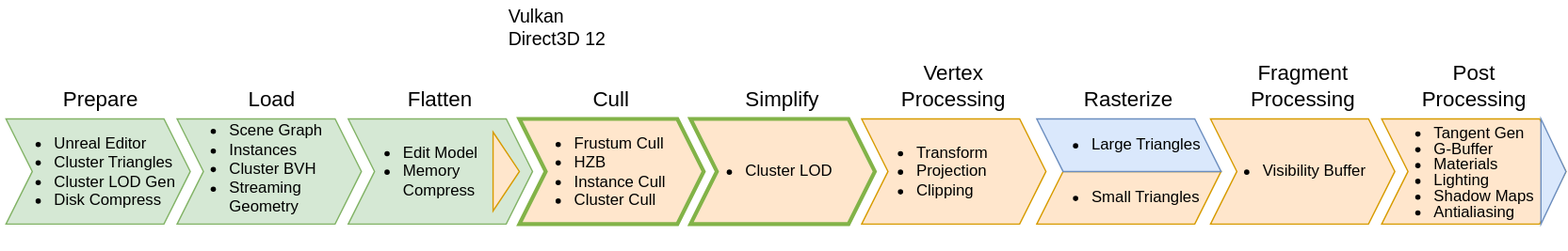
Earlier version of the draw.io export assets/images/nanite-graphics-pipeline.svg (TheCandidStartup/TheCandidStartup.github.io). Source tidied: cells renumbered, new cells last; positions are measured from the earlier drawing's top-left corner, leaving out a move shared by most shapes. The source it was exported from:
```xml
<mxGraphModel>
  <root>
    <mxCell id="0" />
    <mxCell id="1" parent="0" />
    <mxCell id="2" value="&lt;ul&gt;&lt;li&gt;Unreal Editor&lt;/li&gt;&lt;li&gt;Cluster Triangles&lt;/li&gt;&lt;li&gt;Cluster LOD Gen&lt;/li&gt;&lt;li&gt;Disk Compress&lt;/li&gt;&lt;/ul&gt;" style="shape=step;perimeter=stepPerimeter;whiteSpace=wrap;html=1;fixedSize=1;fillColor=#d5e8d4;strokeColor=#82b366;align=left;spacing=-3;" parent="1" vertex="1">
      <mxGeometry y="90" width="140" height="80" as="geometry" />
    </mxCell>
    <mxCell id="3" value="&lt;ul&gt;&lt;li&gt;&lt;font style=&quot;font-size: 12px;&quot;&gt;Scene Graph&lt;/font&gt;&lt;/li&gt;&lt;li&gt;Instances&lt;/li&gt;&lt;li&gt;Cluster BVH&lt;/li&gt;&lt;li&gt;&lt;font style=&quot;font-size: 12px;&quot;&gt;Streaming Geometry&lt;/font&gt;&lt;/li&gt;&lt;/ul&gt;&lt;div&gt;&lt;br&gt;&lt;/div&gt;" style="shape=step;perimeter=stepPerimeter;whiteSpace=wrap;html=1;fixedSize=1;fillColor=#d5e8d4;strokeColor=#82b366;align=left;spacing=0;spacingTop=10;" parent="1" vertex="1">
      <mxGeometry x="130" y="90" width="140" height="80" as="geometry" />
    </mxCell>
    <mxCell id="4" value="&lt;ul&gt;&lt;li&gt;Edit Model&lt;/li&gt;&lt;li&gt;Memory Compress&lt;/li&gt;&lt;/ul&gt;" style="shape=step;perimeter=stepPerimeter;whiteSpace=wrap;html=1;fixedSize=1;fillColor=#d5e8d4;strokeColor=#82b366;align=left;" parent="1" vertex="1">
      <mxGeometry x="260" y="90" width="140" height="80" as="geometry" />
    </mxCell>
    <mxCell id="5" value="Vulkan&lt;br&gt;Direct3D 12" style="text;html=1;strokeColor=none;fillColor=none;align=left;verticalAlign=middle;whiteSpace=wrap;rounded=0;fontSize=14;" parent="1" vertex="1">
      <mxGeometry x="380" width="115" height="40" as="geometry" />
    </mxCell>
    <mxCell id="6" value="&lt;ul style=&quot;line-height: 100%;&quot;&gt;&lt;li&gt;Tangent Gen&lt;/li&gt;&lt;li&gt;G-Buffer&lt;/li&gt;&lt;li&gt;Materials&lt;/li&gt;&lt;li&gt;Lighting&lt;/li&gt;&lt;li&gt;Shadow Maps&lt;/li&gt;&lt;li&gt;Antialiasing&lt;/li&gt;&lt;/ul&gt;" style="shape=step;perimeter=stepPerimeter;whiteSpace=wrap;html=1;fixedSize=1;fillColor=#ffe6cc;strokeColor=#d79b00;align=left;spacing=0;spacingLeft=0;spacingRight=20;" parent="1" vertex="1">
      <mxGeometry x="1045" y="90" width="140" height="80" as="geometry" />
    </mxCell>
    <mxCell id="7" value="&lt;ul&gt;&lt;li&gt;Cluster LOD&lt;/li&gt;&lt;/ul&gt;" style="shape=step;perimeter=stepPerimeter;whiteSpace=wrap;html=1;fixedSize=1;fillColor=#ffe6cc;strokeColor=#82b348;align=left;spacing=0;spacingLeft=2;strokeWidth=3;perimeterSpacing=0;" parent="1" vertex="1">
      <mxGeometry x="520" y="90" width="140" height="80" as="geometry" />
    </mxCell>
    <mxCell id="8" value="&lt;font style=&quot;font-size: 16px;&quot;&gt;&amp;nbsp;&lt;font style=&quot;font-size: 16px;&quot;&gt;Prepare&lt;/font&gt;&lt;/font&gt;" style="text;html=1;strokeColor=none;fillColor=none;align=center;verticalAlign=middle;whiteSpace=wrap;rounded=0;" parent="1" vertex="1">
      <mxGeometry x="40" y="60" width="60" height="30" as="geometry" />
    </mxCell>
    <mxCell id="9" value="&lt;font style=&quot;font-size: 16px;&quot;&gt;Cull&lt;/font&gt;" style="text;html=1;strokeColor=none;fillColor=none;align=center;verticalAlign=middle;whiteSpace=wrap;rounded=0;" parent="1" vertex="1">
      <mxGeometry x="430" y="60" width="60" height="30" as="geometry" />
    </mxCell>
    <mxCell id="10" value="&lt;font style=&quot;font-size: 16px;&quot;&gt;Rasterize&lt;/font&gt;" style="text;html=1;strokeColor=none;fillColor=none;align=center;verticalAlign=middle;whiteSpace=wrap;rounded=0;" parent="1" vertex="1">
      <mxGeometry x="823" y="60" width="60" height="30" as="geometry" />
    </mxCell>
    <mxCell id="11" value="&lt;font style=&quot;font-size: 16px;&quot;&gt;Vertex Processing&lt;/font&gt;" style="text;html=1;strokeColor=none;fillColor=none;align=center;verticalAlign=middle;whiteSpace=wrap;rounded=0;" parent="1" vertex="1">
      <mxGeometry x="675" y="40" width="90" height="50" as="geometry" />
    </mxCell>
    <mxCell id="12" value="&lt;font style=&quot;font-size: 16px;&quot;&gt;Fragment Processing&lt;/font&gt;" style="text;html=1;strokeColor=none;fillColor=none;align=center;verticalAlign=middle;whiteSpace=wrap;rounded=0;" parent="1" vertex="1">
      <mxGeometry x="937.5" y="40" width="95" height="50" as="geometry" />
    </mxCell>
    <mxCell id="13" value="&lt;font style=&quot;font-size: 16px;&quot;&gt;Post Processing&lt;/font&gt;" style="text;html=1;strokeColor=none;fillColor=none;align=center;verticalAlign=middle;whiteSpace=wrap;rounded=0;" parent="1" vertex="1">
      <mxGeometry x="1072.5" y="40" width="85" height="50" as="geometry" />
    </mxCell>
    <mxCell id="14" value="&lt;ul&gt;&lt;li&gt;&lt;font style=&quot;font-size: 12px;&quot;&gt;Transform&lt;/font&gt;&lt;/li&gt;&lt;li&gt;&lt;font style=&quot;font-size: 12px;&quot;&gt;Projection&lt;/font&gt;&lt;/li&gt;&lt;li&gt;&lt;font style=&quot;font-size: 12px;&quot;&gt;Clipping&lt;/font&gt;&lt;/li&gt;&lt;/ul&gt;" style="shape=step;perimeter=stepPerimeter;whiteSpace=wrap;html=1;fixedSize=1;fillColor=#ffe6cc;strokeColor=#d79b00;align=left;" parent="1" vertex="1">
      <mxGeometry x="650" y="90" width="140" height="80" as="geometry" />
    </mxCell>
    <mxCell id="15" value="&lt;ul&gt;&lt;li&gt;Visibility Buffer&lt;/li&gt;&lt;/ul&gt;" style="shape=step;perimeter=stepPerimeter;whiteSpace=wrap;html=1;fixedSize=1;fillColor=#ffe6cc;strokeColor=#d79b00;align=left;spacing=0;" parent="1" vertex="1">
      <mxGeometry x="915" y="90" width="140" height="80" as="geometry" />
    </mxCell>
    <mxCell id="16" value="&lt;font style=&quot;font-size: 16px;&quot;&gt;&amp;nbsp;&lt;font style=&quot;font-size: 16px;&quot;&gt;Load&lt;/font&gt;&lt;/font&gt;" style="text;html=1;strokeColor=none;fillColor=none;align=center;verticalAlign=middle;whiteSpace=wrap;rounded=0;" parent="1" vertex="1">
      <mxGeometry x="170" y="60" width="60" height="30" as="geometry" />
    </mxCell>
    <mxCell id="17" value="&lt;span style=&quot;font-size: 16px;&quot;&gt;Flatten&lt;/span&gt;" style="text;html=1;strokeColor=none;fillColor=none;align=center;verticalAlign=middle;whiteSpace=wrap;rounded=0;" parent="1" vertex="1">
      <mxGeometry x="300" y="60" width="60" height="30" as="geometry" />
    </mxCell>
    <mxCell id="18" value="&lt;font style=&quot;font-size: 16px;&quot;&gt;Simplify&lt;/font&gt;" style="text;html=1;strokeColor=none;fillColor=none;align=center;verticalAlign=middle;whiteSpace=wrap;rounded=0;" parent="1" vertex="1">
      <mxGeometry x="560" y="60" width="60" height="30" as="geometry" />
    </mxCell>
    <mxCell id="19" style="triangle;whiteSpace=wrap;html=1;fontSize=12;fillColor=#dae8fc;strokeColor=#6c8ebf;" parent="1" vertex="1">
      <mxGeometry x="1166" y="90" width="19" height="80" as="geometry" />
    </mxCell>
    <mxCell id="20" style="group;" parent="1" vertex="1">
      <mxGeometry x="783" y="90" width="140" height="80" as="geometry" />
    </mxCell>
    <mxCell id="21" value="&lt;ul&gt;&lt;li&gt;Small Triangles&lt;/li&gt;&lt;/ul&gt;" style="shape=parallelogram;perimeter=parallelogramPerimeter;whiteSpace=wrap;html=1;fixedSize=1;fontSize=12;fillColor=#ffe6cc;strokeColor=#d79b00;align=left;" parent="20" vertex="1">
      <mxGeometry y="40" width="140" height="40" as="geometry" />
    </mxCell>
    <mxCell id="22" value="&lt;ul&gt;&lt;li&gt;Large Triangles&lt;/li&gt;&lt;/ul&gt;" style="shape=parallelogram;perimeter=parallelogramPerimeter;whiteSpace=wrap;html=1;fixedSize=1;fontSize=12;rotation=0;flipH=1;fillColor=#dae8fc;strokeColor=#6c8ebf;align=left;" parent="20" vertex="1">
      <mxGeometry width="140" height="40" as="geometry" />
    </mxCell>
    <mxCell id="23" value="&lt;ul&gt;&lt;li&gt;Frustum Cull&lt;/li&gt;&lt;li&gt;HZB&lt;/li&gt;&lt;li&gt;Instance Cull&lt;/li&gt;&lt;li&gt;Cluster Cull&lt;/li&gt;&lt;/ul&gt;" style="shape=step;perimeter=stepPerimeter;whiteSpace=wrap;html=1;fixedSize=1;fillColor=#ffe6cc;strokeColor=#82b348;align=left;spacing=0;spacingLeft=2;strokeWidth=3;perimeterSpacing=0;" parent="1" vertex="1">
      <mxGeometry x="390" y="90" width="140" height="80" as="geometry" />
    </mxCell>
    <mxCell id="24" style="triangle;whiteSpace=wrap;html=1;strokeColor=#d79b00;strokeWidth=1;fontSize=12;fillColor=#ffe6cc;" parent="1" vertex="1">
      <mxGeometry x="370" y="100" width="20" height="60" as="geometry" />
    </mxCell>
  </root>
</mxGraphModel>
```
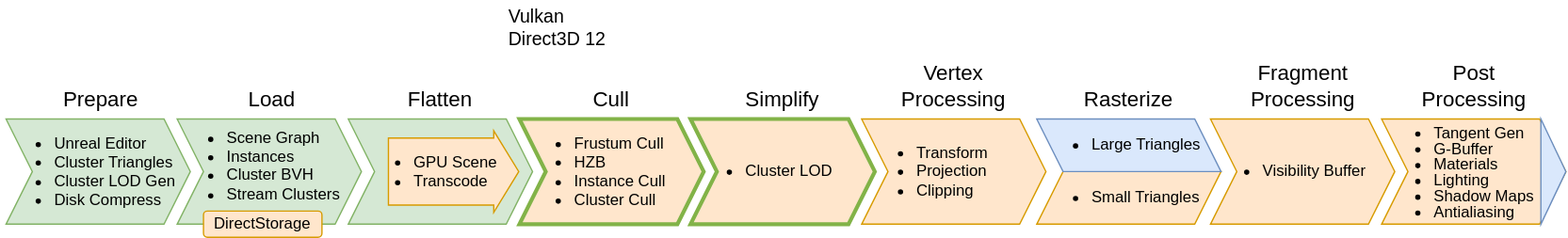
The same diagram one commit later.

Diff of the diagram source:
```diff
@@ -5,10 +5,10 @@
     <mxCell id="2" value="&lt;ul&gt;&lt;li&gt;Unreal Editor&lt;/li&gt;&lt;li&gt;Cluster Triangles&lt;/li&gt;&lt;li&gt;Cluster LOD Gen&lt;/li&gt;&lt;li&gt;Disk Compress&lt;/li&gt;&lt;/ul&gt;" style="shape=step;perimeter=stepPerimeter;whiteSpace=wrap;html=1;fixedSize=1;fillColor=#d5e8d4;strokeColor=#82b366;align=left;spacing=-3;" parent="1" vertex="1">
       <mxGeometry y="90" width="140" height="80" as="geometry" />
     </mxCell>
-    <mxCell id="3" value="&lt;ul&gt;&lt;li&gt;&lt;font style=&quot;font-size: 12px;&quot;&gt;Scene Graph&lt;/font&gt;&lt;/li&gt;&lt;li&gt;Instances&lt;/li&gt;&lt;li&gt;Cluster BVH&lt;/li&gt;&lt;li&gt;&lt;font style=&quot;font-size: 12px;&quot;&gt;Streaming Geometry&lt;/font&gt;&lt;/li&gt;&lt;/ul&gt;&lt;div&gt;&lt;br&gt;&lt;/div&gt;" style="shape=step;perimeter=stepPerimeter;whiteSpace=wrap;html=1;fixedSize=1;fillColor=#d5e8d4;strokeColor=#82b366;align=left;spacing=0;spacingTop=10;" parent="1" vertex="1">
+    <mxCell id="3" value="&lt;ul&gt;&lt;li&gt;&lt;font style=&quot;font-size: 12px;&quot;&gt;Scene Graph&lt;/font&gt;&lt;/li&gt;&lt;li&gt;Instances&lt;/li&gt;&lt;li&gt;Cluster BVH&lt;/li&gt;&lt;li&gt;&lt;font style=&quot;font-size: 12px;&quot;&gt;Stream Clusters&lt;/font&gt;&lt;/li&gt;&lt;/ul&gt;&lt;div&gt;&lt;br&gt;&lt;/div&gt;" style="shape=step;perimeter=stepPerimeter;whiteSpace=wrap;html=1;fixedSize=1;fillColor=#d5e8d4;strokeColor=#82b366;align=left;spacing=0;spacingTop=5;spacingLeft=-2;" parent="1" vertex="1">
       <mxGeometry x="130" y="90" width="140" height="80" as="geometry" />
     </mxCell>
-    <mxCell id="4" value="&lt;ul&gt;&lt;li&gt;Edit Model&lt;/li&gt;&lt;li&gt;Memory Compress&lt;/li&gt;&lt;/ul&gt;" style="shape=step;perimeter=stepPerimeter;whiteSpace=wrap;html=1;fixedSize=1;fillColor=#d5e8d4;strokeColor=#82b366;align=left;" parent="1" vertex="1">
+    <mxCell id="4" value="&lt;div&gt;&lt;br&gt;&lt;/div&gt;" style="shape=step;perimeter=stepPerimeter;whiteSpace=wrap;html=1;fixedSize=1;fillColor=#d5e8d4;strokeColor=#82b366;align=left;" parent="1" vertex="1">
       <mxGeometry x="260" y="90" width="140" height="80" as="geometry" />
     </mxCell>
     <mxCell id="5" value="Vulkan&lt;br&gt;Direct3D 12" style="text;html=1;strokeColor=none;fillColor=none;align=left;verticalAlign=middle;whiteSpace=wrap;rounded=0;fontSize=14;" parent="1" vertex="1">
@@ -68,8 +68,17 @@
     <mxCell id="23" value="&lt;ul&gt;&lt;li&gt;Frustum Cull&lt;/li&gt;&lt;li&gt;HZB&lt;/li&gt;&lt;li&gt;Instance Cull&lt;/li&gt;&lt;li&gt;Cluster Cull&lt;/li&gt;&lt;/ul&gt;" style="shape=step;perimeter=stepPerimeter;whiteSpace=wrap;html=1;fixedSize=1;fillColor=#ffe6cc;strokeColor=#82b348;align=left;spacing=0;spacingLeft=2;strokeWidth=3;perimeterSpacing=0;" parent="1" vertex="1">
       <mxGeometry x="390" y="90" width="140" height="80" as="geometry" />
     </mxCell>
-    <mxCell id="24" style="triangle;whiteSpace=wrap;html=1;strokeColor=#d79b00;strokeWidth=1;fontSize=12;fillColor=#ffe6cc;" parent="1" vertex="1">
-      <mxGeometry x="370" y="100" width="20" height="60" as="geometry" />
-    </mxCell>
+    <mxCell id="25" value="DirectStorage" style="rounded=1;whiteSpace=wrap;html=1;fontSize=12;fillColor=#ffe6cc;strokeColor=#d79b00;" parent="1" vertex="1">
+      <mxGeometry x="150" y="160" width="90" height="20" as="geometry" />
+    </mxCell>
+    <mxCell id="26" style="shape=flexArrow;endArrow=classic;html=1;rounded=0;fontSize=12;endWidth=10;endSize=6;width=51;fillColor=#ffe6cc;strokeColor=#d79b00;" parent="1" edge="1">
+      <mxGeometry relative="1" as="geometry">
+        <mxPoint x="290" y="130" as="sourcePoint" />
+        <mxPoint x="390" y="130" as="targetPoint" />
+      </mxGeometry>
+    </mxCell>
+    <mxCell id="27" value="&lt;ul&gt;&lt;li&gt;GPU Scene&lt;/li&gt;&lt;li&gt;Transcode&lt;/li&gt;&lt;/ul&gt;" style="text;html=1;strokeColor=none;fillColor=none;align=left;verticalAlign=middle;whiteSpace=wrap;rounded=0;fontSize=12;spacingLeft=-20;" parent="1" vertex="1">
+      <mxGeometry x="288" y="110" width="110" height="40" as="geometry" />
+    </mxCell>
   </root>
 </mxGraphModel>
```
